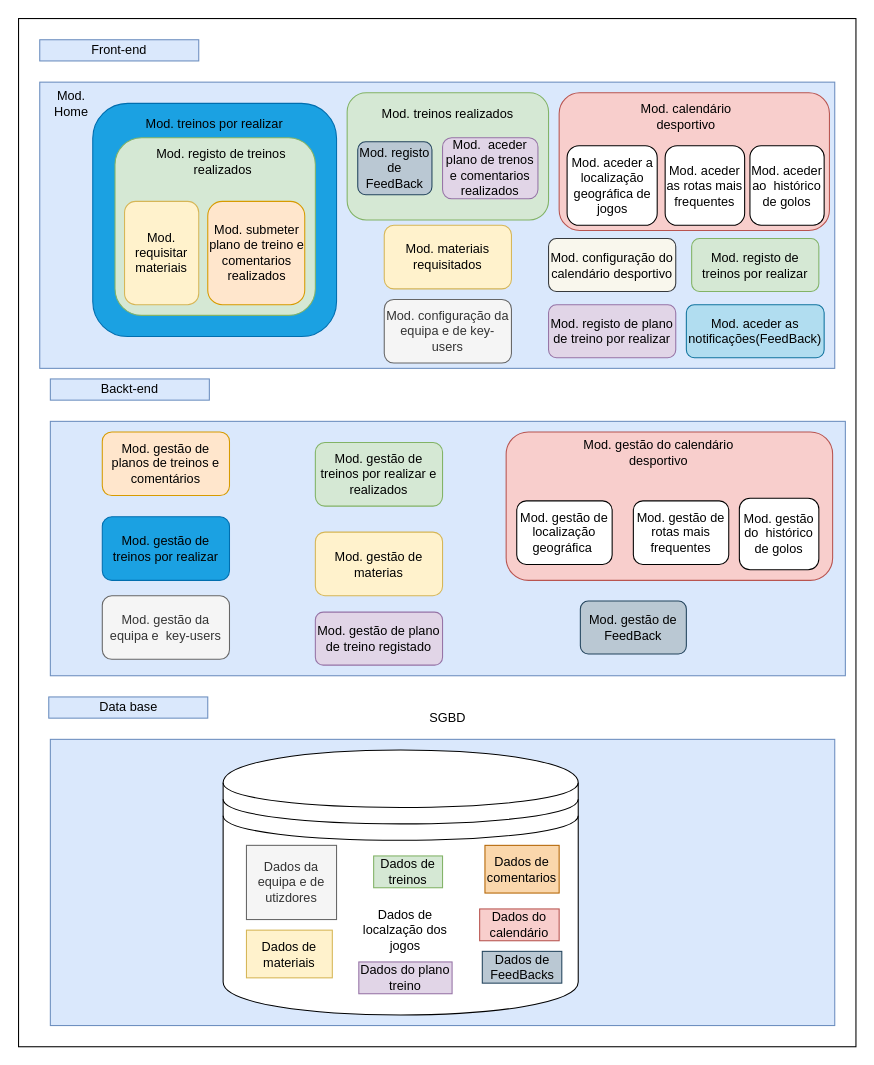
Before: Mod. de trabalhos/Block Diagram Golabuta.drawio in EdgarNeto10/GoLabuta, a draw.io diagram. Source tidied: cells renumbered, new cells numbered last; positions are measured from the earlier drawing's top-left corner, leaving out a move shared by most shapes. Both pictures are drawn from the tidied source at 106%, with x=0, y=0 at pixel (18, 18).
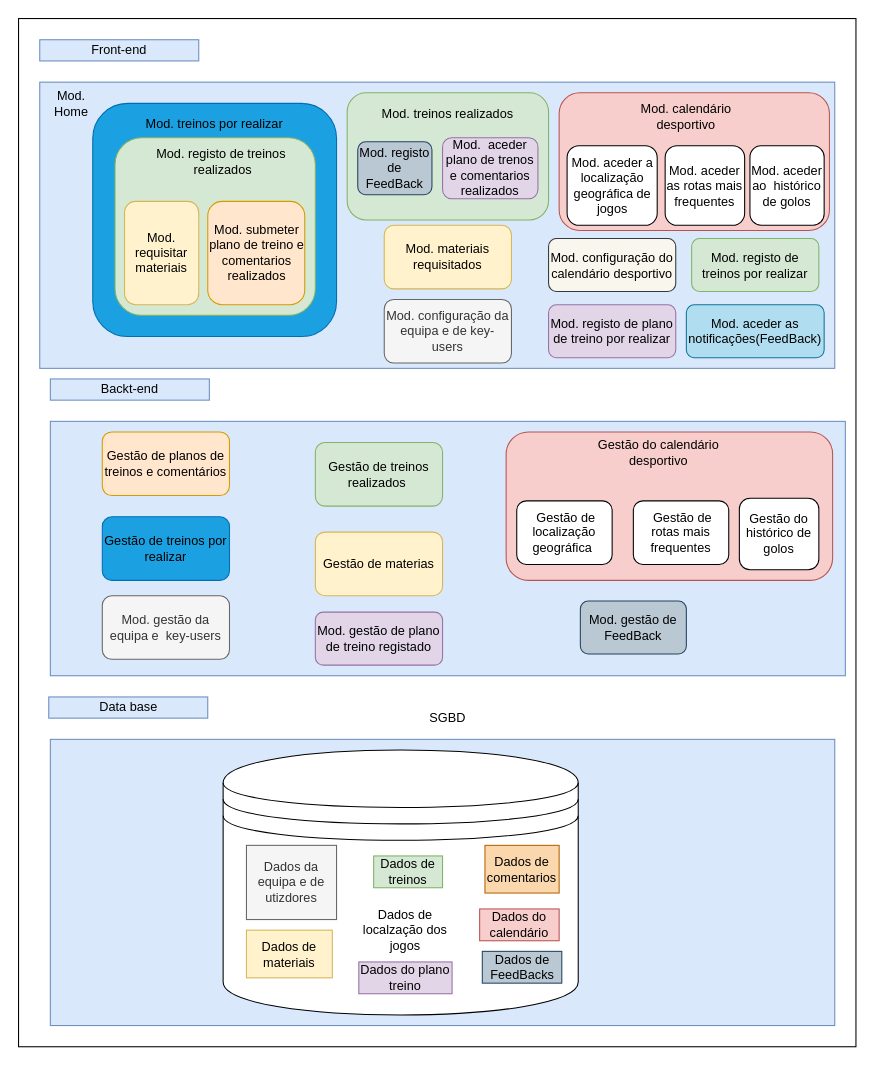
The same diagram, later.

What changed in the source:
```diff
@@
-    <mxCell id="14" value="Mod. gestão de planos de treinos e comentários" style="rounded=1;whiteSpace=wrap;html=1;fillColor=#ffe6cc;strokeColor=#d79b00;" parent="1" vertex="1">
+    <mxCell id="14" value="Gestão de planos de treinos e comentários" style="rounded=1;whiteSpace=wrap;html=1;fillColor=#ffe6cc;strokeColor=#d79b00;" parent="1" vertex="1">
       <mxGeometry x="79" y="390" width="120" height="60" as="geometry" />
     </mxCell>
-    <mxCell id="15" value="Mod. gestão de materias&lt;br&gt;" style="rounded=1;whiteSpace=wrap;html=1;fillColor=#fff2cc;strokeColor=#d6b656;" parent="1" vertex="1">
+    <mxCell id="15" value="Gestão de materias" style="rounded=1;whiteSpace=wrap;html=1;fillColor=#fff2cc;strokeColor=#d6b656;" parent="1" vertex="1">
       <mxGeometry x="280" y="484.5" width="120" height="60" as="geometry" />
     </mxCell>
@@
-    <mxCell id="18" value="Mod. gestão de treinos por realizar e realizados" style="rounded=1;whiteSpace=wrap;html=1;fillColor=#d5e8d4;strokeColor=#82b366;" parent="1" vertex="1">
+    <mxCell id="18" value="Gestão de treinos realizados&amp;nbsp;" style="rounded=1;whiteSpace=wrap;html=1;fillColor=#d5e8d4;strokeColor=#82b366;" parent="1" vertex="1">
       <mxGeometry x="280" y="400" width="120" height="60" as="geometry" />
     </mxCell>
@@
-    <mxCell id="22" value="Mod. gestão do calendário desportivo" style="text;html=1;strokeColor=none;fillColor=none;align=center;verticalAlign=middle;whiteSpace=wrap;rounded=0;" parent="1" vertex="1">
+    <mxCell id="22" value="Gestão do calendário desportivo" style="text;html=1;strokeColor=none;fillColor=none;align=center;verticalAlign=middle;whiteSpace=wrap;rounded=0;" parent="1" vertex="1">
       <mxGeometry x="528" y="400" width="152" height="20" as="geometry" />
     </mxCell>
-    <mxCell id="23" value="Mod. gestão de localização geográfica&amp;nbsp;" style="rounded=1;whiteSpace=wrap;html=1;" parent="1" vertex="1">
+    <mxCell id="23" value="&amp;nbsp;Gestão de localização geográfica&amp;nbsp;" style="rounded=1;whiteSpace=wrap;html=1;" parent="1" vertex="1">
       <mxGeometry x="470" y="455" width="90" height="60" as="geometry" />
     </mxCell>
-    <mxCell id="24" value="Mod. gestão de rotas mais frequentes" style="rounded=1;whiteSpace=wrap;html=1;" parent="1" vertex="1">
+    <mxCell id="24" value="&amp;nbsp;Gestão de rotas mais frequentes" style="rounded=1;whiteSpace=wrap;html=1;" parent="1" vertex="1">
       <mxGeometry x="580" y="455" width="90" height="60" as="geometry" />
     </mxCell>
@@
-    <mxCell id="42" value="Mod. gestão de treinos por realizar" style="rounded=1;whiteSpace=wrap;html=1;fillColor=#1ba1e2;strokeColor=#006EAF;fontColor=#000000;" parent="1" vertex="1">
+    <mxCell id="42" value="Gestão de treinos por realizar" style="rounded=1;whiteSpace=wrap;html=1;fillColor=#1ba1e2;strokeColor=#006EAF;fontColor=#000000;" parent="1" vertex="1">
       <mxGeometry x="79" y="470" width="120" height="60" as="geometry" />
     </mxCell>
@@
-    <mxCell id="50" value="Mod. gestão do&amp;nbsp; histórico de golos" style="rounded=1;whiteSpace=wrap;html=1;" parent="1" vertex="1">
+    <mxCell id="50" value="&amp;nbsp;Gestão do&amp;nbsp; histórico de golos" style="rounded=1;whiteSpace=wrap;html=1;" parent="1" vertex="1">
       <mxGeometry x="680" y="452.5" width="75" height="67.5" as="geometry" />
     </mxCell>
```
